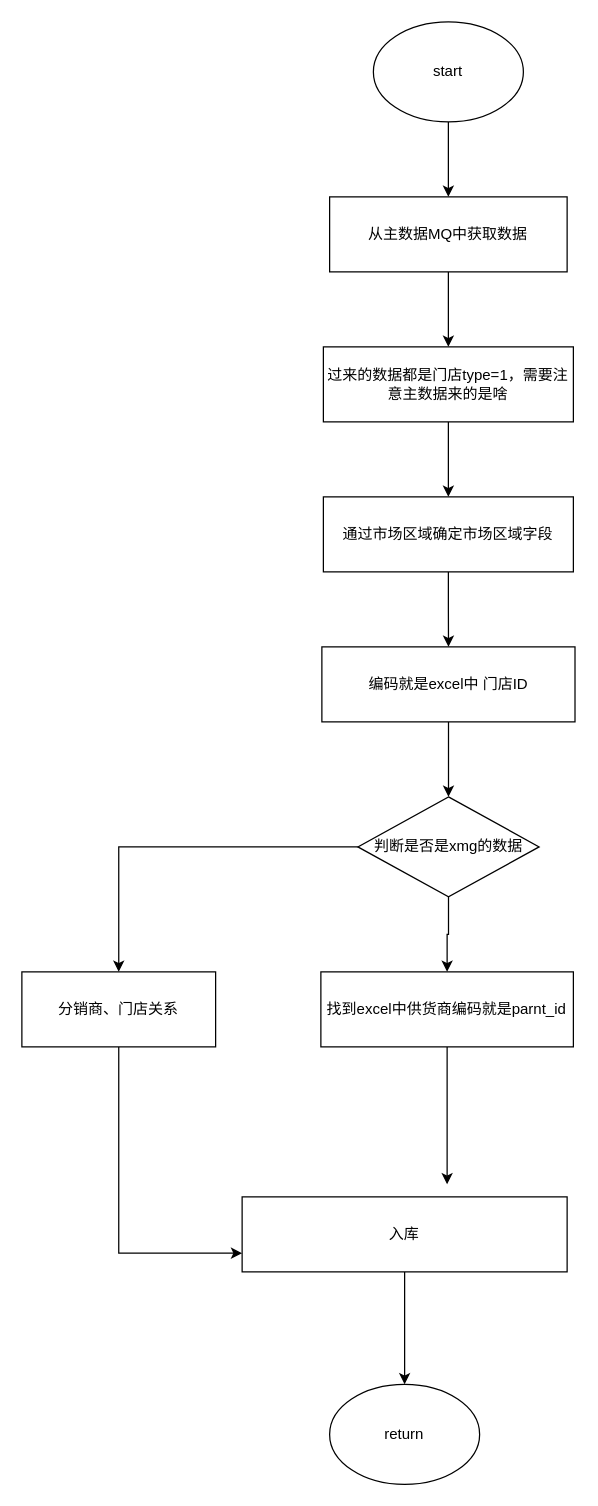
Earlier version of the draw.io diagram 星妈购迁移线下门店关系.drawio (FocusZhouGD/drawprogram). Source tidied: cells renumbered, new cells numbered last; positions are measured from the earlier drawing's top-left corner, leaving out a move shared by most shapes. Both pictures are drawn from the tidied source at 125%, with x=0, y=0 at pixel (21, 21).
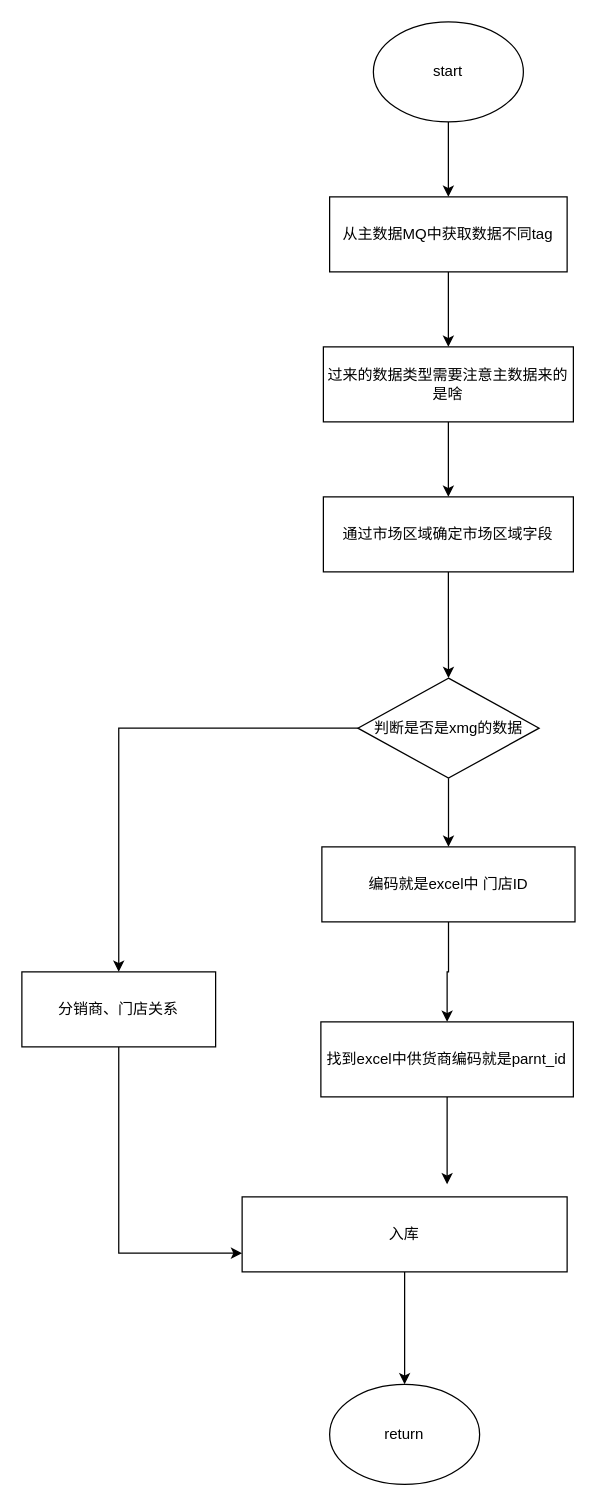
The same page after the edit.

Commit message:
Update 星妈购迁移线下门店关系.drawio

Unchanged cells that the change refers to:
```xml
<mxCell id="16" value="通过市场区域确定市场区域字段" style="rounded=0;whiteSpace=wrap;html=1;" parent="1" vertex="1">
  <mxGeometry x="241.2" y="380" width="200" height="60" as="geometry" />
</mxCell>
```

The edit, as a diff of the source:
```diff
@@
-    <mxCell id="5" value="从主数据MQ中获取数据" style="rounded=0;whiteSpace=wrap;html=1;" parent="1" vertex="1">
+    <mxCell id="5" value="从主数据MQ中获取数据不同tag" style="rounded=0;whiteSpace=wrap;html=1;" parent="1" vertex="1">
       <mxGeometry x="246.2" y="140" width="190" height="60" as="geometry" />
     </mxCell>
@@
-    <mxCell id="7" value="过来的数据都是门店type=1，需要注意主数据来的是啥" style="rounded=0;whiteSpace=wrap;html=1;" parent="1" vertex="1">
+    <mxCell id="7" value="过来的数据类型需要注意主数据来的是啥" style="rounded=0;whiteSpace=wrap;html=1;" parent="1" vertex="1">
       <mxGeometry x="241.2" y="260" width="200" height="60" as="geometry" />
     </mxCell>
-    <mxCell id="8" style="edgeStyle=orthogonalEdgeStyle;rounded=0;jettySize=auto;html=1;" parent="1" edge="1" source="9" target="14">
-      <mxGeometry relative="1" as="geometry" />
-    </mxCell>
+    <mxCell id="22" style="edgeStyle=orthogonalEdgeStyle;rounded=0;jettySize=auto;html=1;" parent="1" edge="1" source="9" target="11">
+      <mxGeometry relative="1" as="geometry" />
+    </mxCell>
     <mxCell id="9" value="编码就是excel中 门店ID" style="rounded=0;whiteSpace=wrap;html=1;" parent="1" vertex="1">
-      <mxGeometry x="240" y="500" width="202.5" height="60" as="geometry" />
+      <mxGeometry x="240" y="660" width="202.5" height="60" as="geometry" />
     </mxCell>
@@
     <mxCell id="11" value="找到excel中供货商编码就是parnt_id" style="rounded=0;whiteSpace=wrap;html=1;" parent="1" vertex="1">
-      <mxGeometry x="239.2" y="760" width="202" height="60" as="geometry" />
+      <mxGeometry x="239.2" y="800" width="202" height="60" as="geometry" />
     </mxCell>
-    <mxCell id="12" style="edgeStyle=orthogonalEdgeStyle;rounded=0;jettySize=auto;html=1;" parent="1" edge="1" source="14" target="11">
-      <mxGeometry relative="1" as="geometry" />
-    </mxCell>
@@
+    <mxCell id="23" style="edgeStyle=orthogonalEdgeStyle;rounded=0;jettySize=auto;html=1;" parent="1" edge="1" source="14" target="9">
+      <mxGeometry relative="1" as="geometry" />
+    </mxCell>
     <mxCell id="14" value="判断是否是xmg的数据" style="rhombus;whiteSpace=wrap;html=1;" parent="1" vertex="1">
-      <mxGeometry x="268.8" y="620" width="145" height="80" as="geometry" />
+      <mxGeometry x="268.8" y="525" width="145" height="80" as="geometry" />
     </mxCell>
-    <mxCell id="15" style="edgeStyle=orthogonalEdgeStyle;rounded=0;jettySize=auto;html=1;" parent="1" edge="1" source="16" target="9">
-      <mxGeometry relative="1" as="geometry" />
-    </mxCell>
+    <mxCell id="24" style="edgeStyle=orthogonalEdgeStyle;rounded=0;jettySize=auto;html=1;" parent="1" edge="1" source="16" target="14">
+      <mxGeometry relative="1" as="geometry" />
+    </mxCell>
```
